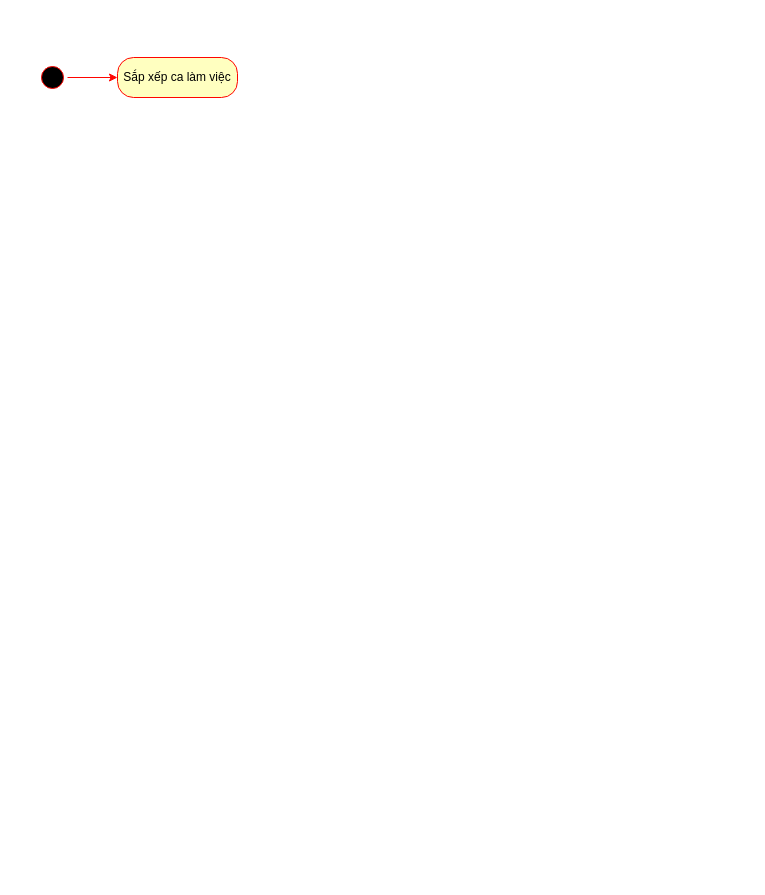
Earlier version of the draw.io diagram Sơ đồ hoạt động UC sắp xếp ca làm việc.drawio (HaojackYT/DAA_SA). Source tidied: cells renumbered, new cells numbered last; positions are measured from the earlier drawing's top-left corner, leaving out a move shared by most shapes. Both pictures are drawn from the tidied source at 100%, with x=0, y=0 at pixel (37, 57).
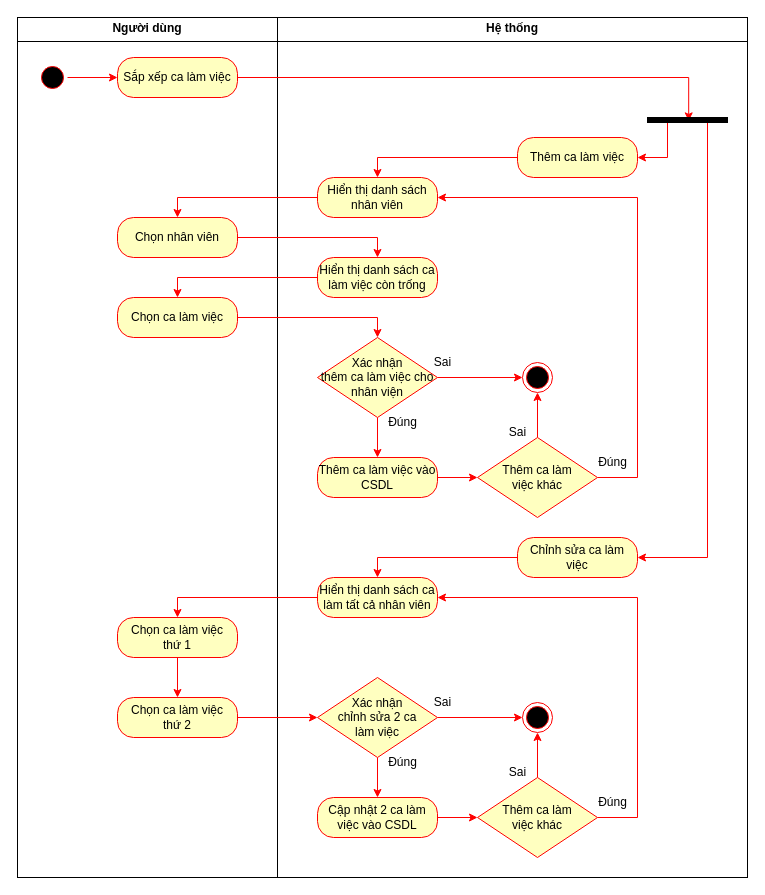
After the change.

Change to the diagram source:
```diff
@@
+    <mxCell id="5" value="&lt;p style=&quot;margin:0px;margin-top:4px;text-align:center;&quot;&gt;&lt;b&gt;Hệ thống&lt;/b&gt;&lt;/p&gt;&lt;hr size=&quot;1&quot; style=&quot;border-style:solid;&quot;&gt;&lt;div style=&quot;height:2px;&quot;&gt;&lt;/div&gt;" style="verticalAlign=top;align=left;overflow=fill;html=1;whiteSpace=wrap;" parent="1" vertex="1">
+      <mxGeometry x="240" y="-40" width="470" height="860" as="geometry" />
+    </mxCell>
+    <mxCell id="6" value="&lt;p style=&quot;margin:0px;margin-top:4px;text-align:center;&quot;&gt;&lt;b&gt;Người dùng&lt;/b&gt;&lt;/p&gt;&lt;hr size=&quot;1&quot; style=&quot;border-style:solid;&quot;&gt;&lt;div style=&quot;height:2px;&quot;&gt;&lt;/div&gt;" style="verticalAlign=top;align=left;overflow=fill;html=1;whiteSpace=wrap;" parent="1" vertex="1">
+      <mxGeometry x="-20" y="-40" width="260" height="860" as="geometry" />
+    </mxCell>
-    <mxCell id="2" style="ellipse;html=1;shape=startState;fillColor=#000000;strokeColor=#FF0500;" parent="1" vertex="1">
+    <mxCell id="2" style="ellipse;html=1;shape=startState;fillColor=#000000;strokeColor=#FF0000;" parent="1" vertex="1">
       <mxGeometry y="5" width="30" height="30" as="geometry" />
     </mxCell>
-    <mxCell id="3" style="edgeStyle=orthogonalEdgeStyle;rounded=0;jettySize=auto;html=1;strokeColor=#FF0500;" parent="1" edge="1" source="2" target="4">
+    <mxCell id="3" style="edgeStyle=orthogonalEdgeStyle;rounded=0;jettySize=auto;html=1;strokeColor=#FF0000;" parent="1" edge="1" source="2" target="4">
       <mxGeometry relative="1" as="geometry" />
     </mxCell>
+    <mxCell id="7" style="edgeStyle=orthogonalEdgeStyle;rounded=0;jettySize=auto;html=1;strokeColor=#FF0000;entryX=0.674;entryY=0.485;entryDx=0;entryDy=0;entryPerimeter=0;" parent="1" edge="1" source="4" target="46">
+      <mxGeometry relative="1" as="geometry" />
+    </mxCell>
-    <mxCell id="4" value="Sắp xếp ca làm việc" style="rounded=1;whiteSpace=wrap;html=1;arcSize=40;fontColor=#000000;fillColor=#ffffc0;strokeColor=#FF0500;" parent="1" vertex="1">
+    <mxCell id="4" value="Sắp xếp ca làm việc" style="rounded=1;whiteSpace=wrap;html=1;arcSize=40;fontColor=#000000;fillColor=#ffffc0;strokeColor=#FF0000;" parent="1" vertex="1">
       <mxGeometry x="80" width="120" height="40" as="geometry" />
     </mxCell>
+    <mxCell id="8" style="edgeStyle=orthogonalEdgeStyle;rounded=0;jettySize=auto;html=1;strokeColor=#FF0000;" parent="1" edge="1" source="9" target="11">
+      <mxGeometry relative="1" as="geometry">
+        <Array as="points">
+          <mxPoint x="340" y="100" />
+        </Array>
+      </mxGeometry>
+    </mxCell>
+    <mxCell id="9" value="Thêm ca làm việc" style="rounded=1;whiteSpace=wrap;html=1;arcSize=40;fontColor=#000000;fillColor=#ffffc0;strokeColor=#FF0000;" parent="1" vertex="1">
+      <mxGeometry x="480" y="80" width="120" height="40" as="geometry" />
+    </mxCell>
+    <mxCell id="10" style="edgeStyle=orthogonalEdgeStyle;rounded=0;jettySize=auto;html=1;entryX=0.5;entryY=0;entryDx=0;entryDy=0;strokeColor=#FF0000;" parent="1" edge="1" source="11" target="13">
+      <mxGeometry relative="1" as="geometry" />
+    </mxCell>
+    <mxCell id="11" value="Hiển thị danh sách nhân viên" style="rounded=1;whiteSpace=wrap;html=1;arcSize=40;fontColor=#000000;fillColor=#ffffc0;strokeColor=#FF0000;" parent="1" vertex="1">
+      <mxGeometry x="280" y="120" width="120" height="40" as="geometry" />
+    </mxCell>
+    <mxCell id="12" style="edgeStyle=orthogonalEdgeStyle;rounded=0;jettySize=auto;html=1;entryX=0.5;entryY=0;entryDx=0;entryDy=0;strokeColor=#FF0000;" parent="1" edge="1" source="13" target="15">
+      <mxGeometry relative="1" as="geometry" />
+    </mxCell>
+    <mxCell id="13" value="Chọn nhân viên" style="rounded=1;whiteSpace=wrap;html=1;arcSize=40;fontColor=#000000;fillColor=#ffffc0;strokeColor=#FF0000;" parent="1" vertex="1">
+      <mxGeometry x="80" y="160" width="120" height="40" as="geometry" />
+    </mxCell>
+    <mxCell id="14" style="edgeStyle=orthogonalEdgeStyle;rounded=0;jettySize=auto;html=1;entryX=0.5;entryY=0;entryDx=0;entryDy=0;strokeColor=#FF0000;" parent="1" edge="1" source="15" target="17">
+      <mxGeometry relative="1" as="geometry" />
+    </mxCell>
+    <mxCell id="15" value="Hiển thị danh sách ca làm việc còn trống" style="rounded=1;whiteSpace=wrap;html=1;arcSize=40;fontColor=#000000;fillColor=#ffffc0;strokeColor=#FF0000;" parent="1" vertex="1">
+      <mxGeometry x="280" y="200" width="120" height="40" as="geometry" />
+    </mxCell>
+    <mxCell id="16" style="edgeStyle=orthogonalEdgeStyle;rounded=0;jettySize=auto;html=1;entryX=0.5;entryY=0;entryDx=0;entryDy=0;strokeColor=#FF0000;" parent="1" edge="1" source="17" target="20">
+      <mxGeometry relative="1" as="geometry" />
+    </mxCell>
+    <mxCell id="17" value="Chọn ca làm việc" style="rounded=1;whiteSpace=wrap;html=1;arcSize=40;fontColor=#000000;fillColor=#ffffc0;strokeColor=#FF0000;" parent="1" vertex="1">
+      <mxGeometry x="80" y="240" width="120" height="40" as="geometry" />
+    </mxCell>
+    <mxCell id="18" style="edgeStyle=orthogonalEdgeStyle;rounded=0;jettySize=auto;html=1;strokeColor=#FF0000;" parent="1" edge="1" source="20" target="22">
+      <mxGeometry relative="1" as="geometry" />
+    </mxCell>
+    <mxCell id="19" style="edgeStyle=orthogonalEdgeStyle;rounded=0;jettySize=auto;html=1;strokeColor=#FF0000;" parent="1" edge="1" source="20" target="26">
+      <mxGeometry relative="1" as="geometry" />
+    </mxCell>
+    <mxCell id="20" value="Xác nhận&lt;br&gt;thêm ca làm việc cho&lt;br&gt;nhân viện" style="rhombus;whiteSpace=wrap;html=1;fontColor=#000000;fillColor=#ffffc0;strokeColor=#FF0000;" parent="1" vertex="1">
+      <mxGeometry x="280" y="280" width="120" height="80" as="geometry" />
+    </mxCell>
+    <mxCell id="21" style="edgeStyle=orthogonalEdgeStyle;rounded=0;jettySize=auto;html=1;strokeColor=#FF0000;" parent="1" edge="1" source="22" target="25">
+      <mxGeometry relative="1" as="geometry" />
+    </mxCell>
+    <mxCell id="22" value="Thêm ca làm việc vào CSDL" style="rounded=1;whiteSpace=wrap;html=1;arcSize=40;fontColor=#000000;fillColor=#ffffc0;strokeColor=#FF0000;" parent="1" vertex="1">
+      <mxGeometry x="280" y="400" width="120" height="40" as="geometry" />
+    </mxCell>
+    <mxCell id="23" style="edgeStyle=orthogonalEdgeStyle;rounded=0;jettySize=auto;html=1;strokeColor=#FF0000;" parent="1" edge="1" source="25" target="26">
+      <mxGeometry relative="1" as="geometry" />
+    </mxCell>
+    <mxCell id="24" style="edgeStyle=orthogonalEdgeStyle;rounded=0;jettySize=auto;html=1;entryX=1;entryY=0.5;entryDx=0;entryDy=0;strokeColor=#FF0000;" parent="1" edge="1" source="25" target="11">
+      <mxGeometry relative="1" as="geometry">
+        <Array as="points">
+          <mxPoint x="600" y="420" />
+          <mxPoint x="600" y="140" />
+        </Array>
+      </mxGeometry>
+    </mxCell>
+    <mxCell id="25" value="Thêm ca làm&lt;br&gt;việc khác" style="rhombus;whiteSpace=wrap;html=1;fontColor=#000000;fillColor=#ffffc0;strokeColor=#FF0000;" parent="1" vertex="1">
+      <mxGeometry x="440" y="380" width="120" height="80" as="geometry" />
+    </mxCell>
+    <mxCell id="26" style="ellipse;html=1;shape=endState;fillColor=#000000;strokeColor=#FF0000;" parent="1" vertex="1">
+      <mxGeometry x="485" y="305" width="30" height="30" as="geometry" />
+    </mxCell>
+    <mxCell id="27" style="edgeStyle=orthogonalEdgeStyle;rounded=0;jettySize=auto;html=1;strokeColor=#FF0000;" parent="1" edge="1" source="28" target="30">
+      <mxGeometry relative="1" as="geometry">
+        <Array as="points">
+          <mxPoint x="340" y="500" />
+        </Array>
+      </mxGeometry>
+    </mxCell>
+    <mxCell id="28" value="Chỉnh sửa ca làm việc" style="rounded=1;whiteSpace=wrap;html=1;arcSize=40;fontColor=#000000;fillColor=#ffffc0;strokeColor=#FF0000;" parent="1" vertex="1">
+      <mxGeometry x="480" y="480" width="120" height="40" as="geometry" />
+    </mxCell>
+    <mxCell id="29" style="edgeStyle=orthogonalEdgeStyle;rounded=0;jettySize=auto;html=1;strokeColor=#FF0000;" parent="1" edge="1" source="30" target="37">
+      <mxGeometry relative="1" as="geometry">
+        <Array as="points">
+          <mxPoint x="140" y="540" />
+        </Array>
+      </mxGeometry>
+    </mxCell>
+    <mxCell id="30" value="Hiển thị danh sách ca làm tất cả nhân viên" style="rounded=1;whiteSpace=wrap;html=1;arcSize=40;fontColor=#000000;fillColor=#ffffc0;strokeColor=#FF0000;" parent="1" vertex="1">
+      <mxGeometry x="280" y="520" width="120" height="40" as="geometry" />
+    </mxCell>
+    <mxCell id="31" style="edgeStyle=orthogonalEdgeStyle;rounded=0;jettySize=auto;html=1;strokeColor=#FF0000;" parent="1" edge="1" source="32" target="35">
+      <mxGeometry relative="1" as="geometry" />
+    </mxCell>
+    <mxCell id="32" value="Chọn ca làm việc&lt;div&gt;thứ 2&lt;/div&gt;" style="rounded=1;whiteSpace=wrap;html=1;arcSize=40;fontColor=#000000;fillColor=#ffffc0;strokeColor=#FF0000;" parent="1" vertex="1">
+      <mxGeometry x="80" y="640" width="120" height="40" as="geometry" />
+    </mxCell>
+    <mxCell id="33" style="edgeStyle=orthogonalEdgeStyle;rounded=0;jettySize=auto;html=1;strokeColor=#FF0000;" parent="1" edge="1" source="35" target="39">
+      <mxGeometry relative="1" as="geometry" />
+    </mxCell>
+    <mxCell id="34" style="edgeStyle=orthogonalEdgeStyle;rounded=0;jettySize=auto;html=1;strokeColor=#FF0000;" parent="1" edge="1" source="35" target="43">
+      <mxGeometry relative="1" as="geometry" />
+    </mxCell>
+    <mxCell id="35" value="Xác nhận&lt;br&gt;chỉnh sửa 2 ca&lt;br&gt;làm việc" style="rhombus;whiteSpace=wrap;html=1;fontColor=#000000;fillColor=#ffffc0;strokeColor=#FF0000;" parent="1" vertex="1">
+      <mxGeometry x="280" y="620" width="120" height="80" as="geometry" />
+    </mxCell>
+    <mxCell id="36" style="edgeStyle=orthogonalEdgeStyle;rounded=0;jettySize=auto;html=1;strokeColor=#FF0000;" parent="1" edge="1" source="37" target="32">
+      <mxGeometry relative="1" as="geometry" />
+    </mxCell>
+    <mxCell id="37" value="Chọn ca làm việc&lt;div&gt;thứ 1&lt;/div&gt;" style="rounded=1;whiteSpace=wrap;html=1;arcSize=40;fontColor=#000000;fillColor=#ffffc0;strokeColor=#FF0000;" parent="1" vertex="1">
+      <mxGeometry x="80" y="560" width="120" height="40" as="geometry" />
+    </mxCell>
+    <mxCell id="38" style="edgeStyle=orthogonalEdgeStyle;rounded=0;jettySize=auto;html=1;strokeColor=#FF0000;" parent="1" edge="1" source="39" target="42">
+      <mxGeometry relative="1" as="geometry" />
+    </mxCell>
+    <mxCell id="39" value="Cập nhật 2 ca làm việc vào CSDL" style="rounded=1;whiteSpace=wrap;html=1;arcSize=40;fontColor=#000000;fillColor=#ffffc0;strokeColor=#FF0000;" parent="1" vertex="1">
+      <mxGeometry x="280" y="740" width="120" height="40" as="geometry" />
+    </mxCell>
+    <mxCell id="40" style="edgeStyle=orthogonalEdgeStyle;rounded=0;jettySize=auto;html=1;entryX=1;entryY=0.5;entryDx=0;entryDy=0;strokeColor=#FF0000;" parent="1" edge="1" source="42" target="30">
+      <mxGeometry relative="1" as="geometry">
+        <Array as="points">
+          <mxPoint x="600" y="760" />
+          <mxPoint x="600" y="540" />
+        </Array>
+      </mxGeometry>
+    </mxCell>
+    <mxCell id="41" style="edgeStyle=orthogonalEdgeStyle;rounded=0;jettySize=auto;html=1;strokeColor=#FF0000;" parent="1" edge="1" source="42" target="43">
+      <mxGeometry relative="1" as="geometry" />
+    </mxCell>
+    <mxCell id="42" value="Thêm ca làm&lt;br&gt;việc khác" style="rhombus;whiteSpace=wrap;html=1;fontColor=#000000;fillColor=#ffffc0;strokeColor=#FF0000;" parent="1" vertex="1">
+      <mxGeometry x="440" y="720" width="120" height="80" as="geometry" />
+    </mxCell>
+    <mxCell id="43" style="ellipse;html=1;shape=endState;fillColor=#000000;strokeColor=#FF0000;" parent="1" vertex="1">
+      <mxGeometry x="485" y="645" width="30" height="30" as="geometry" />
+    </mxCell>
+    <mxCell id="44" style="edgeStyle=orthogonalEdgeStyle;rounded=0;jettySize=auto;html=1;entryX=1;entryY=0.5;entryDx=0;entryDy=0;strokeColor=light-dark(#FF0000,#FFFFFF);" parent="1" edge="1" source="46" target="9">
+      <mxGeometry relative="1" as="geometry">
+        <Array as="points">
+          <mxPoint x="630" y="100" />
+        </Array>
+      </mxGeometry>
+    </mxCell>
+    <mxCell id="45" style="edgeStyle=orthogonalEdgeStyle;rounded=0;jettySize=auto;html=1;entryX=1;entryY=0.5;entryDx=0;entryDy=0;strokeColor=light-dark(#FF0000,#FFFFFF);" parent="1" edge="1" source="46" target="28">
+      <mxGeometry relative="1" as="geometry">
+        <Array as="points">
+          <mxPoint x="670" y="500" />
+        </Array>
+      </mxGeometry>
+    </mxCell>
+    <mxCell id="46" style="html=1;points=[];perimeter=orthogonalPerimeter;fillColor=strokeColor;direction=south;strokeColor=#000000;" parent="1" vertex="1">
+      <mxGeometry x="610" y="60" width="80" height="5" as="geometry" />
+    </mxCell>
+    <mxCell id="47" value="Đúng" style="text;html=1;align=center;verticalAlign=middle;strokeColor=none;fillColor=none;" parent="1" vertex="1">
+      <mxGeometry x="340" y="690" width="50" height="30" as="geometry" />
+    </mxCell>
+    <mxCell id="48" value="Đúng" style="text;html=1;align=center;verticalAlign=middle;strokeColor=none;fillColor=none;" parent="1" vertex="1">
+      <mxGeometry x="340" y="350" width="50" height="30" as="geometry" />
+    </mxCell>
+    <mxCell id="49" value="Đúng" style="text;html=1;align=center;verticalAlign=middle;strokeColor=none;fillColor=none;" parent="1" vertex="1">
+      <mxGeometry x="550" y="730" width="50" height="30" as="geometry" />
+    </mxCell>
+    <mxCell id="50" value="Đúng" style="text;html=1;align=center;verticalAlign=middle;strokeColor=none;fillColor=none;" parent="1" vertex="1">
+      <mxGeometry x="550" y="390" width="50" height="30" as="geometry" />
+    </mxCell>
+    <mxCell id="51" value="Sai" style="text;html=1;align=center;verticalAlign=middle;strokeColor=none;fillColor=none;" parent="1" vertex="1">
+      <mxGeometry x="385" y="630" width="40" height="30" as="geometry" />
+    </mxCell>
+    <mxCell id="52" value="Sai" style="text;html=1;align=center;verticalAlign=middle;strokeColor=none;fillColor=none;" parent="1" vertex="1">
+      <mxGeometry x="460" y="700" width="40" height="30" as="geometry" />
+    </mxCell>
+    <mxCell id="53" value="Sai" style="text;html=1;align=center;verticalAlign=middle;strokeColor=none;fillColor=none;" parent="1" vertex="1">
+      <mxGeometry x="460" y="360" width="40" height="30" as="geometry" />
+    </mxCell>
+    <mxCell id="54" value="Sai" style="text;html=1;align=center;verticalAlign=middle;strokeColor=none;fillColor=none;" parent="1" vertex="1">
+      <mxGeometry x="385" y="290" width="40" height="30" as="geometry" />
+    </mxCell>
```
